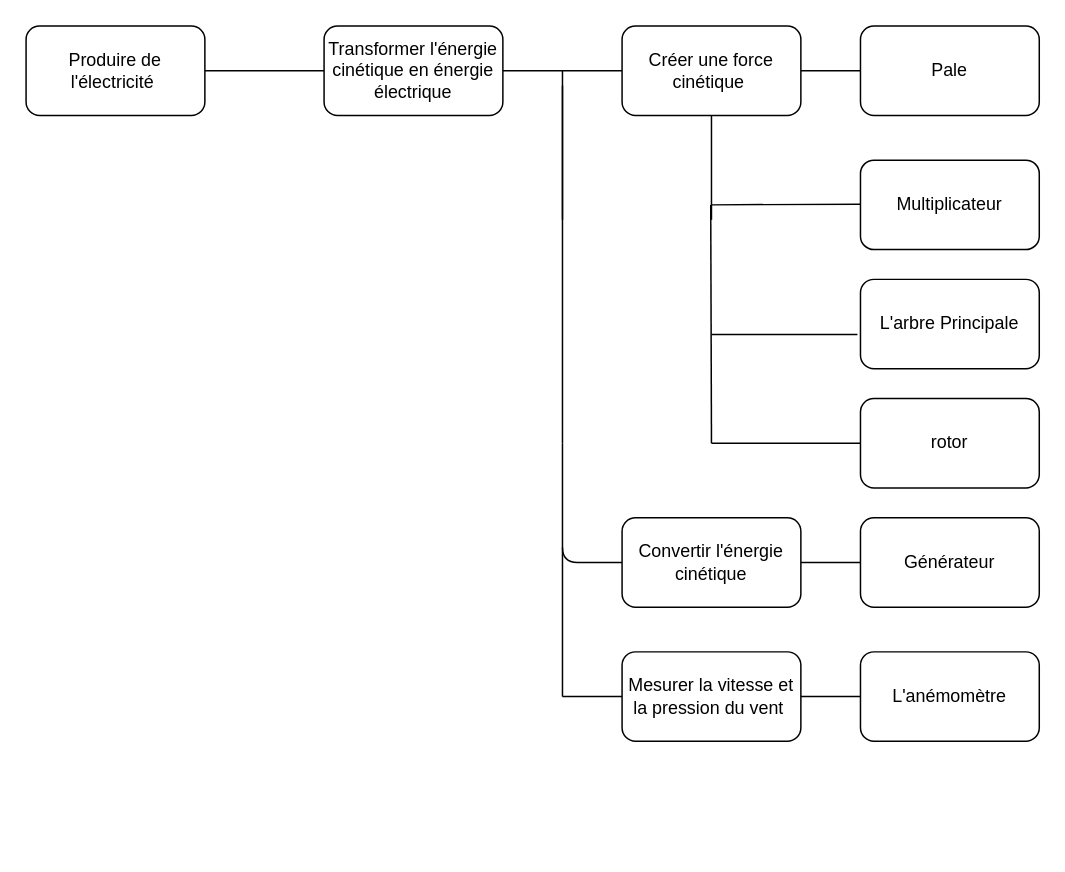
Wawablm/Fast keeps this draw.io diagram as Untitled Diagram.drawio. Above is the earlier version. Source tidied: cells renumbered, new cells numbered last; positions are measured from the earlier drawing's top-left corner, leaving out a move shared by most shapes. Both pictures are drawn from the tidied source at 149%, with x=0, y=0 at pixel (25, 25).
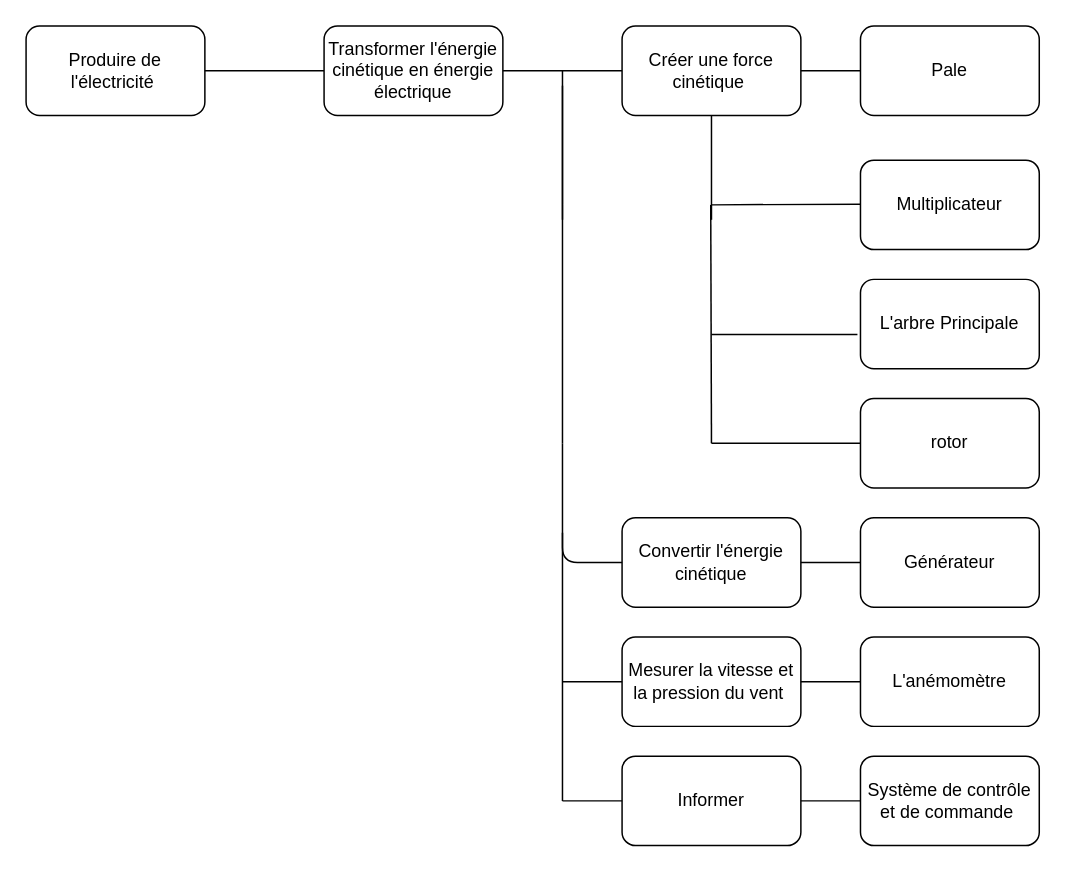
The same diagram, later.

Change to the diagram source:
```diff
@@
     <mxCell id="15" value="Mesurer la vitesse et la pression du vent&amp;nbsp;" style="rounded=1;whiteSpace=wrap;html=1;" parent="1" vertex="1">
-      <mxGeometry x="400" y="420" width="120" height="60" as="geometry" />
+      <mxGeometry x="400" y="410" width="120" height="60" as="geometry" />
     </mxCell>
@@
     <mxCell id="27" value="L'anémomètre" style="rounded=1;whiteSpace=wrap;html=1;" parent="1" vertex="1">
-      <mxGeometry x="560" y="420" width="120" height="60" as="geometry" />
+      <mxGeometry x="560" y="410" width="120" height="60" as="geometry" />
     </mxCell>
     <mxCell id="28" style="endArrow=none;html=1;" parent="1" edge="1">
       <mxGeometry relative="1" as="geometry">
-        <mxPoint x="360" y="450" as="sourcePoint" />
-        <mxPoint x="360" y="350" as="targetPoint" />
+        <mxPoint x="360" y="520" as="sourcePoint" />
+        <mxPoint x="360" y="340" as="targetPoint" />
       </mxGeometry>
     </mxCell>
     <mxCell id="29" style="endArrow=none;html=1;entryX=0;entryY=0.5;entryDx=0;entryDy=0;" parent="1" edge="1" target="15">
       <mxGeometry relative="1" as="geometry">
-        <mxPoint x="360" y="450" as="sourcePoint" />
+        <mxPoint x="360" y="440" as="sourcePoint" />
       </mxGeometry>
     </mxCell>
+    <mxCell id="30" value="Informer" style="rounded=1;whiteSpace=wrap;html=1;" parent="1" vertex="1">
+      <mxGeometry x="400" y="490" width="120" height="60" as="geometry" />
+    </mxCell>
+    <mxCell id="31" style="endArrow=none;html=1;entryX=0;entryY=0.5;entryDx=0;entryDy=0;" parent="1" edge="1" target="30">
+      <mxGeometry relative="1" as="geometry">
+        <mxPoint x="360" y="520" as="sourcePoint" />
+      </mxGeometry>
+    </mxCell>
+    <mxCell id="32" value="Système de contrôle et de commande&amp;nbsp;" style="rounded=1;whiteSpace=wrap;html=1;" parent="1" vertex="1">
+      <mxGeometry x="560" y="490" width="120" height="60" as="geometry" />
+    </mxCell>
+    <mxCell id="33" style="endArrow=none;html=1;entryX=0;entryY=0.5;entryDx=0;entryDy=0;exitX=1;exitY=0.5;exitDx=0;exitDy=0;" parent="1" edge="1" source="30" target="32">
+      <mxGeometry relative="1" as="geometry" />
+    </mxCell>
```
